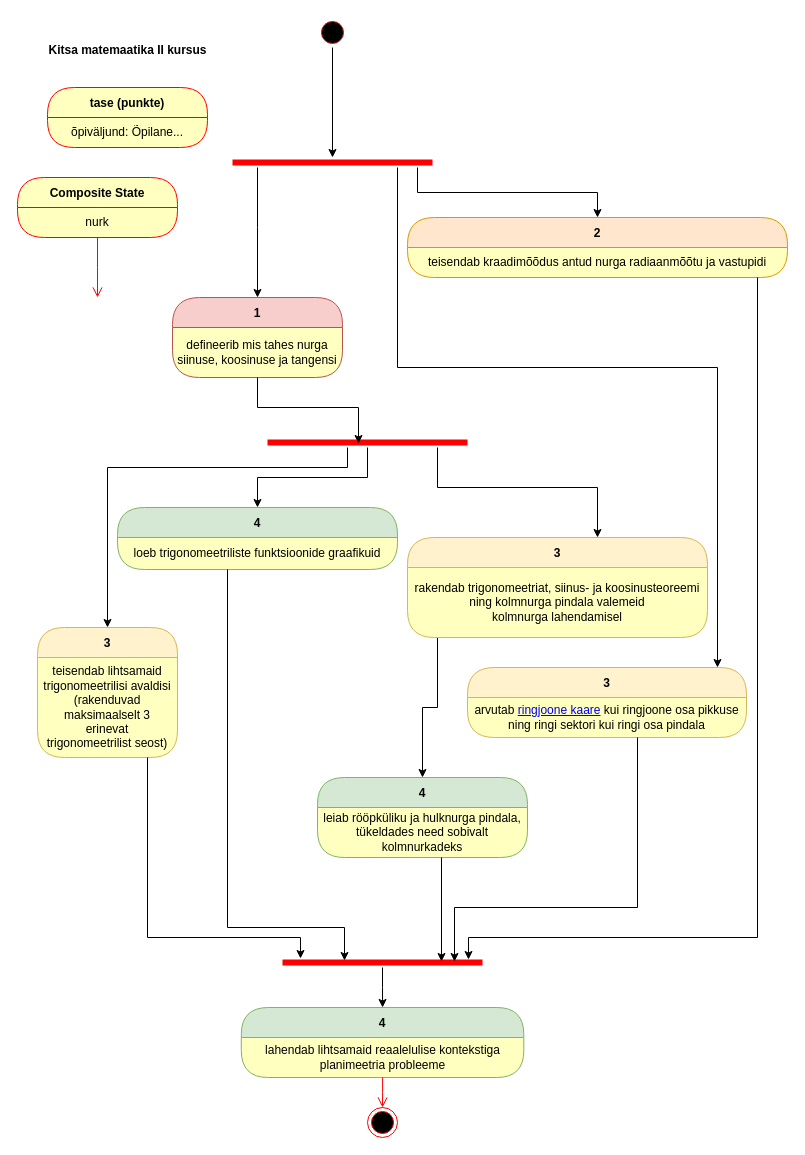
Earlier version of the draw.io diagram page "Õpiväljundid" (1 of 2) of rmd/matemaatika-kitsas-2.drawio (piiskop/matemaatika-kitsas-2). Source tidied: cells renumbered, new cells numbered last; positions are measured from the earlier drawing's top-left corner, leaving out a move shared by most shapes. Both pictures are drawn from the tidied source at 100%, with x=0, y=0 at pixel (17, 17).
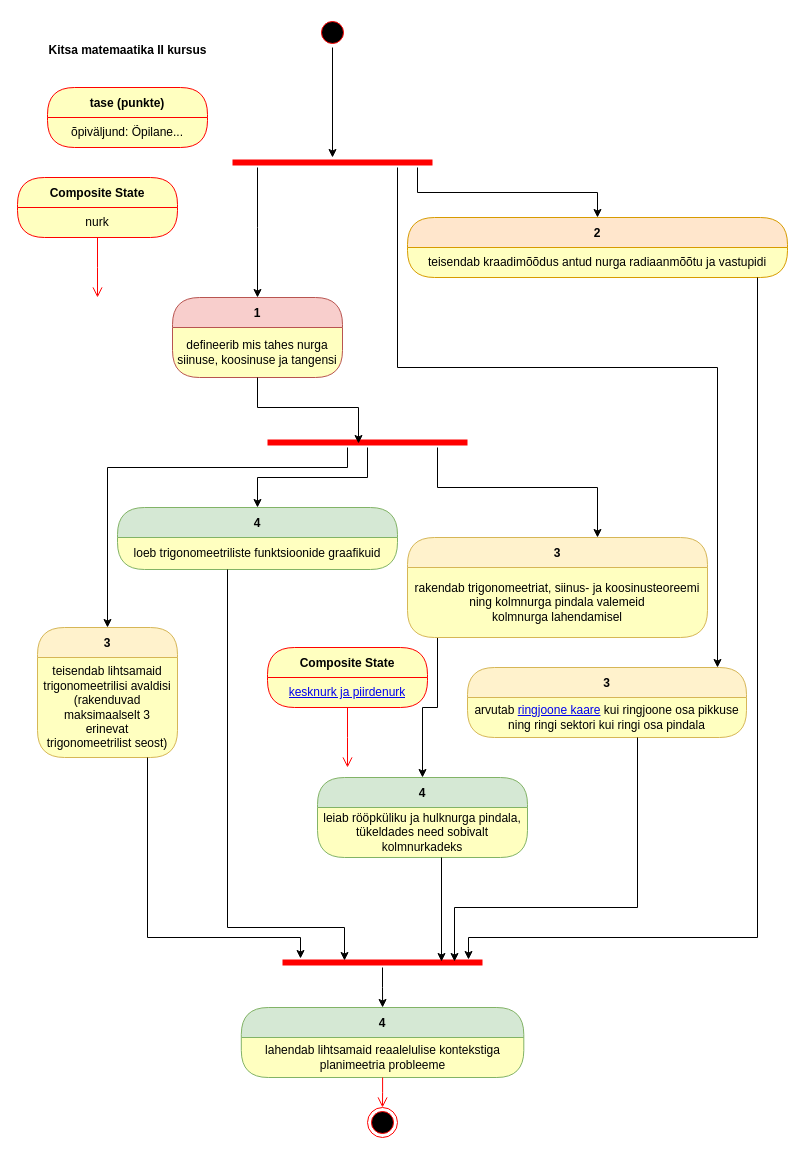
Above is the later version.

Commit message:
kesknurk ja piirdenurk

Change to the diagram source:
```diff
@@
+    <mxCell id="46" value="Composite State" style="swimlane;fontStyle=1;align=center;verticalAlign=middle;horizontal=1;startSize=30;fontColor=#000000;rounded=1;arcSize=30;strokeColor=#ff0000;fillColor=#ffffc0;swimlaneFillColor=#ffffc0;" parent="1" vertex="1">
+      <mxGeometry x="250" y="630" width="160" height="60" as="geometry" />
+    </mxCell>
+    <mxCell id="47" value="&lt;a href=&quot;https://youtu.be/ShlA80K-1tk&quot;&gt;kesknurk ja piirdenurk&lt;/a&gt;" style="text;html=1;strokeColor=none;fillColor=none;align=center;verticalAlign=middle;spacingLeft=4;spacingRight=4;whiteSpace=wrap;overflow=hidden;fontColor=#000000;" parent="46" vertex="1">
+      <mxGeometry y="30" width="160" height="30" as="geometry" />
+    </mxCell>
+    <mxCell id="48" style="edgeStyle=orthogonalEdgeStyle;html=1;verticalAlign=bottom;endArrow=open;endSize=8;strokeColor=#ff0000;rounded=0;" parent="1" edge="1" source="46">
+      <mxGeometry relative="1" as="geometry">
+        <mxPoint x="330" y="750" as="targetPoint" />
+      </mxGeometry>
+    </mxCell>
```
